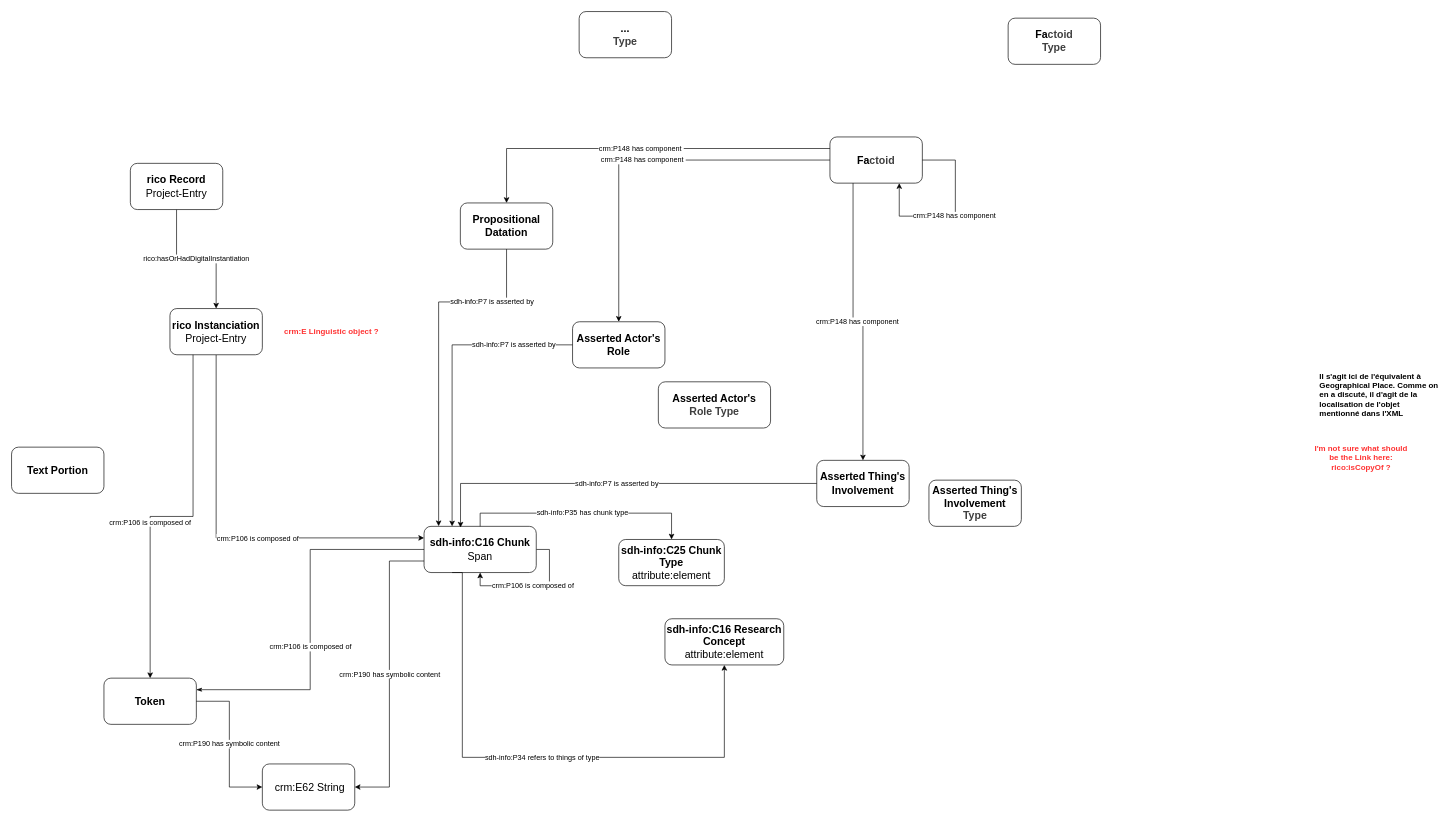
The draw.io diagram documentation/spans_events_mapping.drawio in history-unibas/economies-of-space-lod, before the edit. Source tidied: cells renumbered, new cells numbered last; positions are measured from the earlier drawing's top-left corner, leaving out a move shared by most shapes. Both pictures are drawn from the tidied source at 66%, with x=0, y=0 at pixel (11, 11).
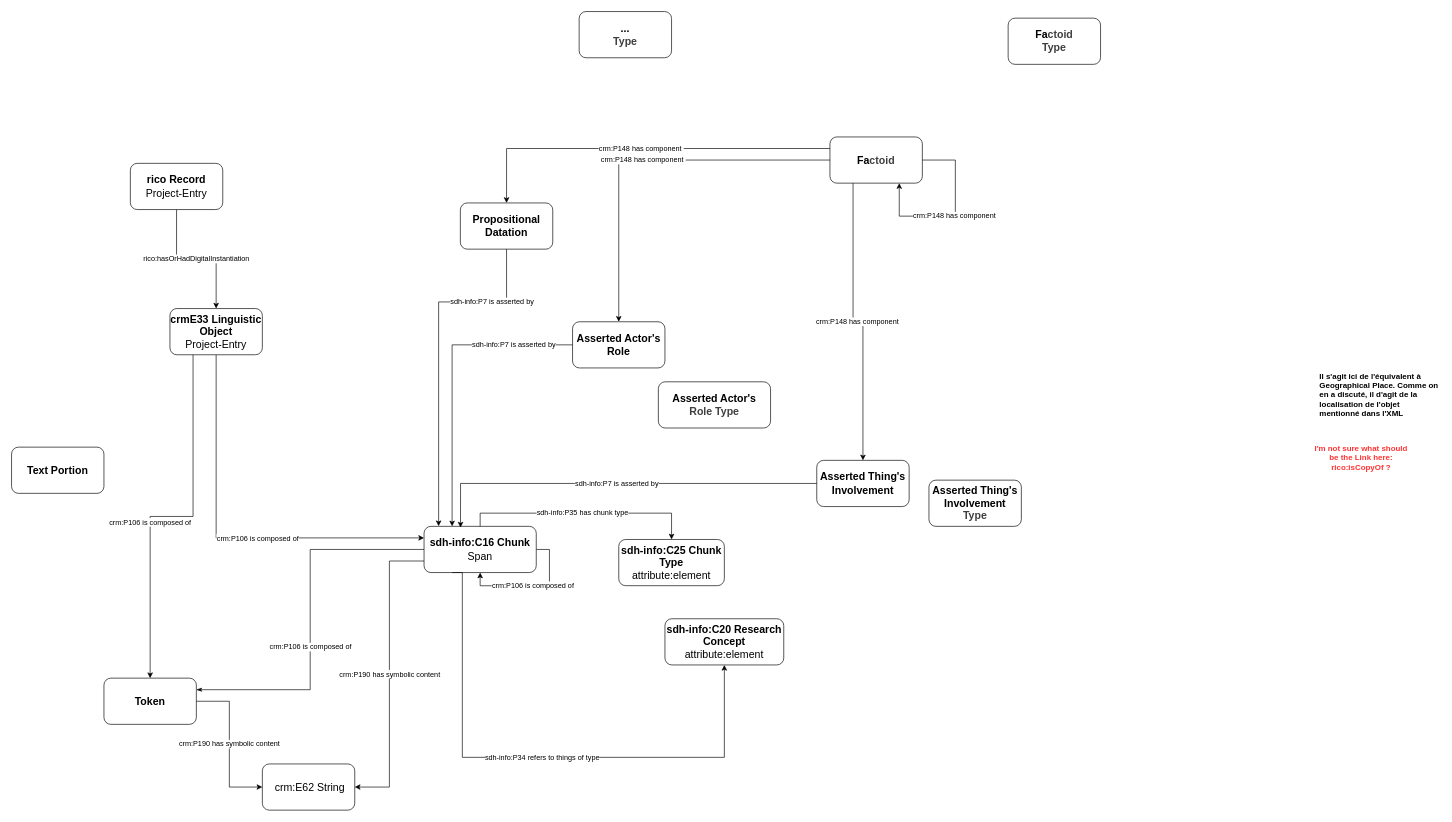
After the change.

Commit message (it also covers changes not shown here):
mapping and import of chunks

The edit, as a diff of the source:
```diff
@@
-    <mxCell id="5" value="rico Instanciation&lt;div&gt;&lt;span style=&quot;font-weight: 400;&quot;&gt;Project-Entry&lt;/span&gt;&lt;/div&gt;" style="rounded=1;whiteSpace=wrap;html=1;fillColor=#ffffff;fontSize=16;fontStyle=1;" parent="1" vertex="1">
+    <mxCell id="5" value="&lt;div&gt;&lt;font color=&quot;#000000&quot;&gt;crmE33 Linguistic Object&lt;/font&gt;&lt;/div&gt;&lt;div&gt;&lt;span style=&quot;font-weight: 400;&quot;&gt;Project-Entry&lt;/span&gt;&lt;/div&gt;" style="rounded=1;whiteSpace=wrap;html=1;fillColor=#ffffff;fontSize=16;fontStyle=1;" parent="1" vertex="1">
       <mxGeometry x="240" y="450" width="140" height="70" as="geometry" />
     </mxCell>
@@
-    <mxCell id="27" value="&lt;span style=&quot;color: rgb(0, 0, 0);&quot;&gt;sdh-info:C16 Research Concept&lt;/span&gt;&lt;br&gt;&lt;div&gt;&lt;span style=&quot;font-weight: normal;&quot;&gt;attribute:element&lt;/span&gt;&lt;/div&gt;" style="rounded=1;whiteSpace=wrap;html=1;fillColor=#ffffff;fontSize=16;fontStyle=1;" parent="1" vertex="1">
+    <mxCell id="27" value="&lt;span style=&quot;color: rgb(0, 0, 0);&quot;&gt;sdh-info:C20 Research Concept&lt;/span&gt;&lt;br&gt;&lt;div&gt;&lt;span style=&quot;font-weight: normal;&quot;&gt;attribute:element&lt;/span&gt;&lt;/div&gt;" style="rounded=1;whiteSpace=wrap;html=1;fillColor=#ffffff;fontSize=16;fontStyle=1;" parent="1" vertex="1">
       <mxGeometry x="990" y="920" width="180" height="70" as="geometry" />
     </mxCell>
@@
-    <mxCell id="32" value="&lt;b&gt;&lt;font style=&quot;color: rgb(255, 51, 51);&quot;&gt;crm:E Linguistic object ?&lt;/font&gt;&lt;/b&gt;" style="text;html=1;whiteSpace=wrap;strokeColor=none;fillColor=none;align=center;verticalAlign=middle;rounded=0;" parent="1" vertex="1">
-      <mxGeometry x="410" y="460.5" width="150" height="49" as="geometry" />
-    </mxCell>
```
